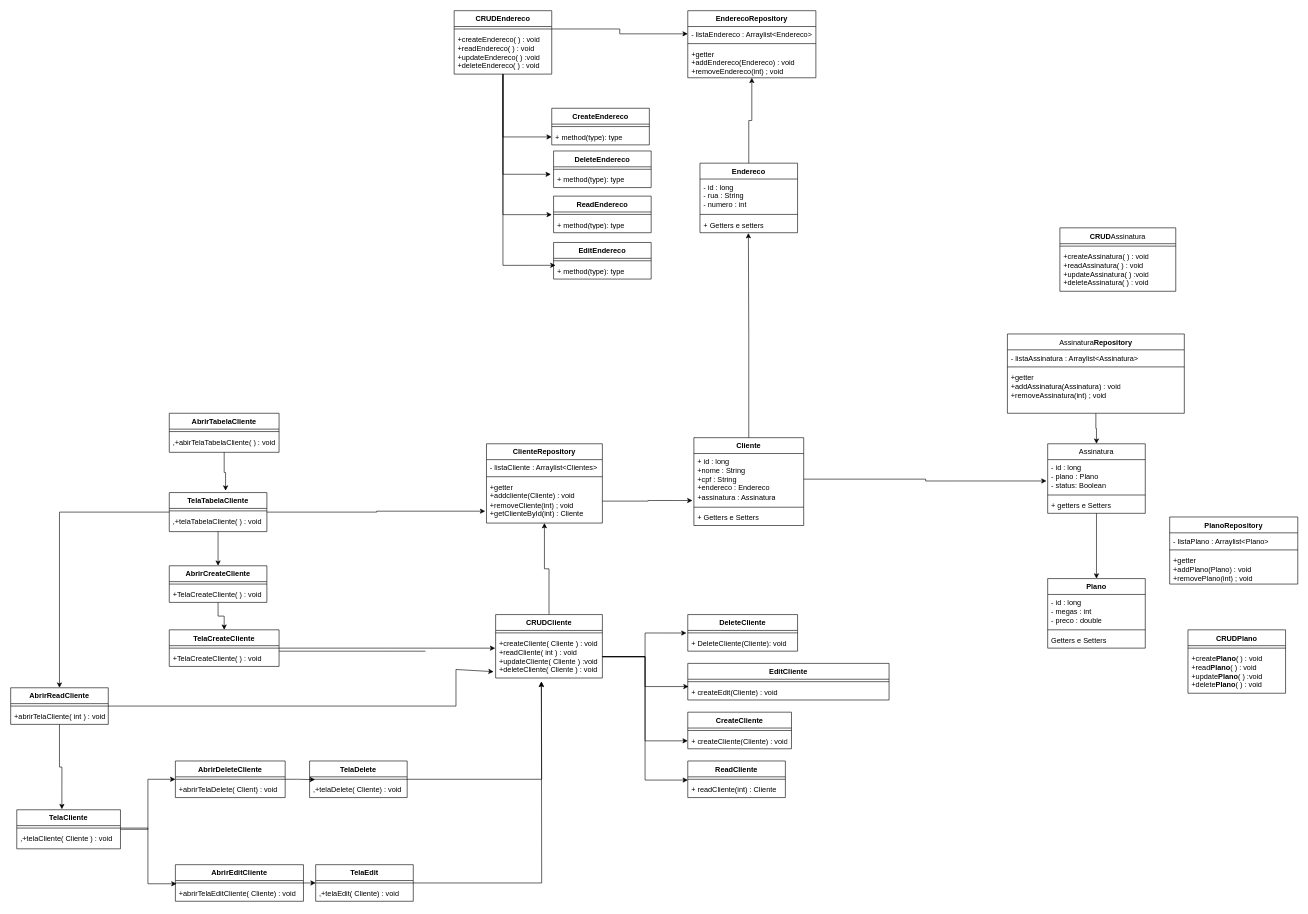
Above: ProvedorUML.drawio in ViniciusAClement/DiagramasUml (draw.io), before the change. Source tidied: cells renumbered, new cells numbered last; positions are measured from the earlier drawing's top-left corner, leaving out a move shared by most shapes. Both pictures are drawn from the tidied source at 61%, with x=0, y=0 at pixel (10, 10).
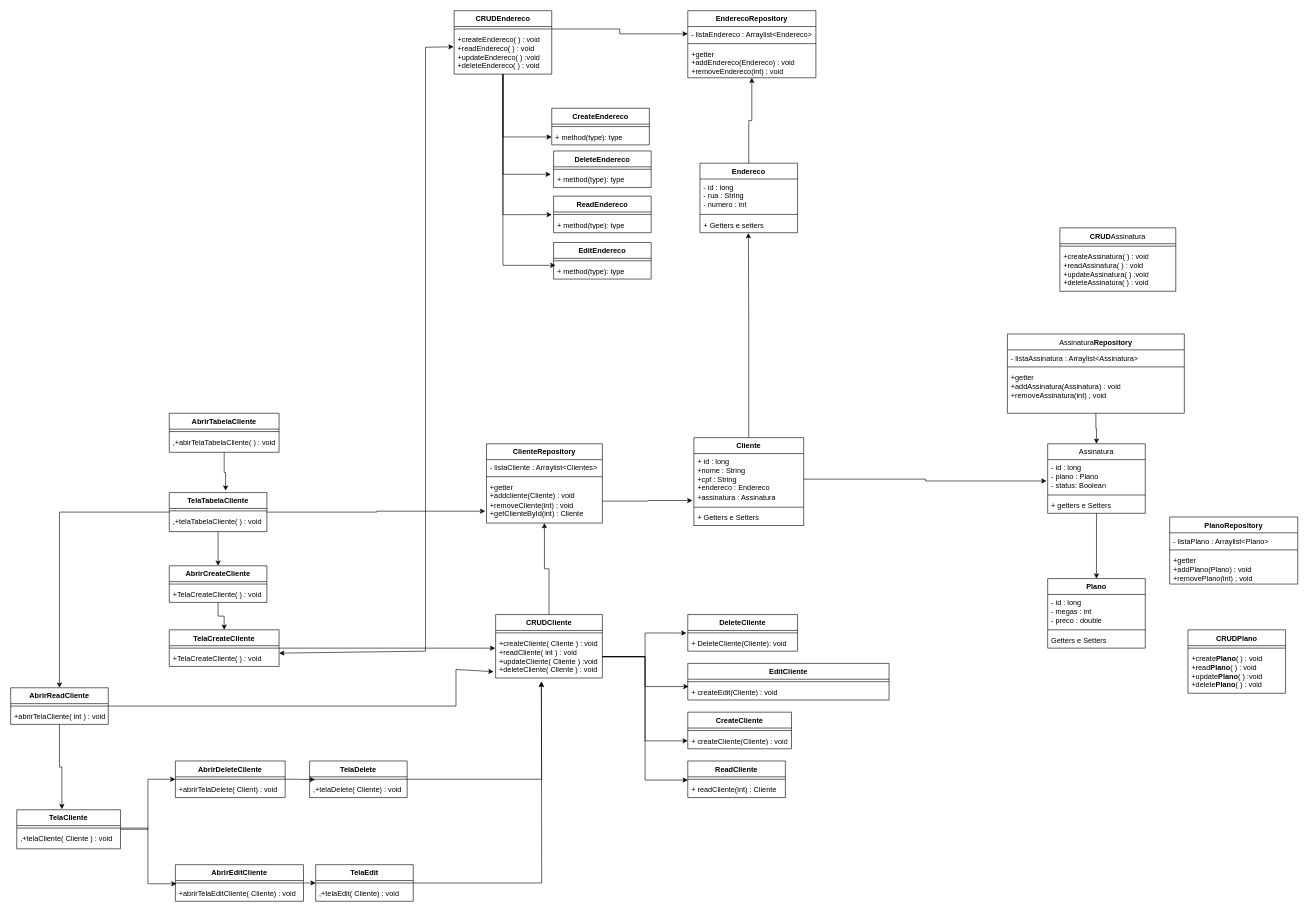
The same diagram, later.

Unchanged cells that the change refers to:
```xml
<mxCell id="49" value="+createEndereco( ) : void&lt;div&gt;+read&lt;span style=&quot;background-color: transparent; color: light-dark(rgb(0, 0, 0), rgb(255, 255, 255));&quot;&gt;Endereco&lt;/span&gt;&lt;span style=&quot;background-color: transparent; color: light-dark(rgb(0, 0, 0), rgb(255, 255, 255));&quot;&gt;( ) : void&lt;/span&gt;&lt;/div&gt;&lt;div&gt;+updateEndereco( ) :void&lt;/div&gt;&lt;div&gt;+deleteEndereco( ) : void&lt;/div&gt;" style="text;strokeColor=none;fillColor=none;align=left;verticalAlign=top;spacingLeft=4;spacingRight=4;overflow=hidden;points=[[0,0.5],[1,0.5]];portConstraint=eastwest;whiteSpace=wrap;html=1;" parent="47" vertex="1">
  <mxGeometry y="34" width="160" height="70" as="geometry" />
</mxCell>
<mxCell id="73" value="+TelaCreateCliente( ) : void" style="text;strokeColor=none;fillColor=none;align=left;verticalAlign=top;spacingLeft=4;spacingRight=4;overflow=hidden;points=[[0,0.5],[1,0.5]];portConstraint=eastwest;whiteSpace=wrap;html=1;" parent="71" vertex="1">
  <mxGeometry y="34" width="180" height="26" as="geometry" />
</mxCell>
```

Change to the diagram source:
```diff
@@
-    <mxCell id="133" style="endArrow=none;html=1;rounded=0;" parent="1" edge="1">
-      <mxGeometry relative="1" as="geometry">
-        <mxPoint x="440" y="1050" as="sourcePoint" />
-        <mxPoint x="680" y="1050" as="targetPoint" />
-      </mxGeometry>
-    </mxCell>
+    <mxCell id="134" style="endArrow=none;html=1;rounded=0;" parent="1" edge="1">
+      <mxGeometry relative="1" as="geometry">
+        <mxPoint x="680" y="1050" as="sourcePoint" />
+        <mxPoint x="680" y="60" as="targetPoint" />
+      </mxGeometry>
+    </mxCell>
+    <mxCell id="135" style="endArrow=classic;html=1;rounded=0;entryX=-0.005;entryY=0.36;entryDx=0;entryDy=0;entryPerimeter=0;" parent="1" edge="1" target="49">
+      <mxGeometry relative="1" as="geometry">
+        <mxPoint x="680" y="60" as="sourcePoint" />
+      </mxGeometry>
+    </mxCell>
+    <mxCell id="136" style="endArrow=classic;html=1;rounded=0;entryX=1.001;entryY=0.162;entryDx=0;entryDy=0;entryPerimeter=0;" parent="1" edge="1" target="73">
+      <mxGeometry relative="1" as="geometry">
+        <mxPoint x="680" y="1050" as="sourcePoint" />
+      </mxGeometry>
+    </mxCell>
```
